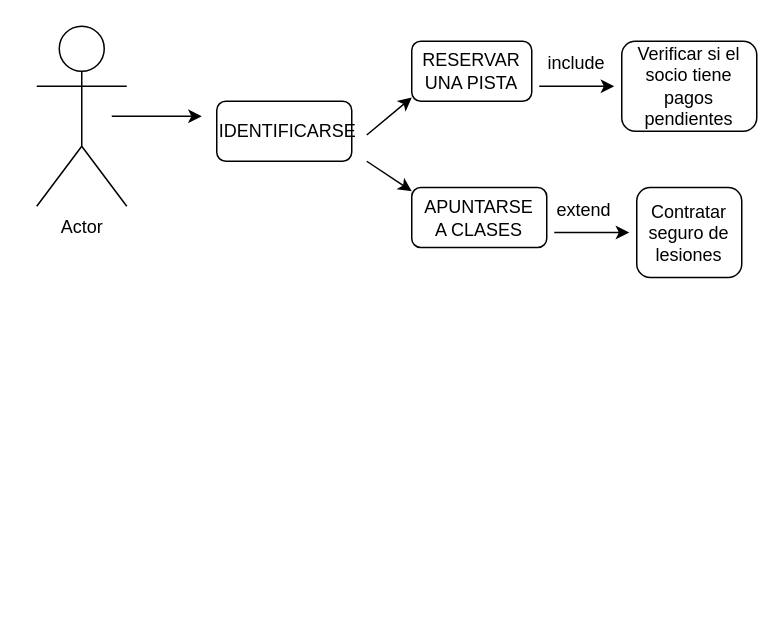
Earlier version of the draw.io diagram Actividad1/casos_uso.drawio (Rub3nOL/ED_Unidad07_ROL). Source tidied: cells renumbered, new cells numbered last; positions are measured from the earlier drawing's top-left corner, leaving out a move shared by most shapes. Both pictures are drawn from the tidied source at 150%, with x=0, y=0 at pixel (36, 26).
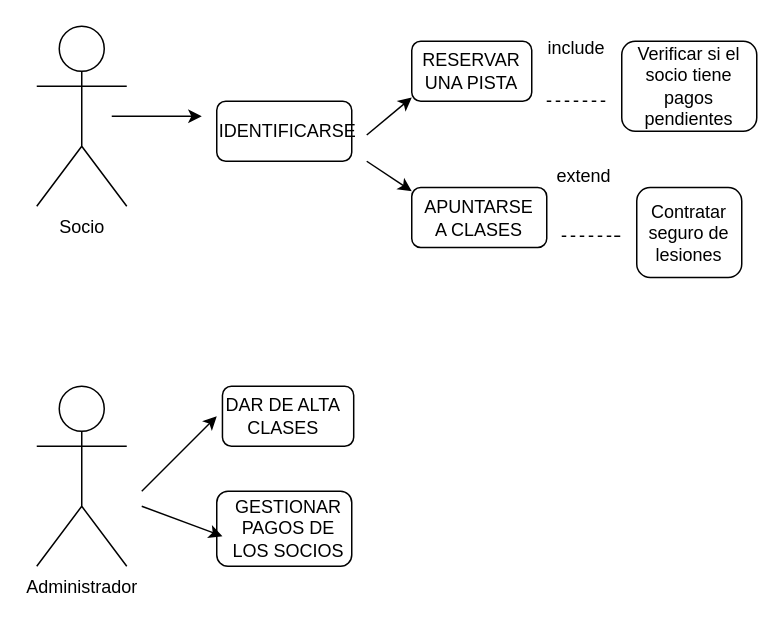
Above is the later version.

Change to the diagram source:
```diff
@@
-    <mxCell id="2" value="Actor" style="shape=umlActor;verticalLabelPosition=bottom;verticalAlign=top;html=1;" parent="1" vertex="1">
+    <mxCell id="2" value="Socio" style="shape=umlActor;verticalLabelPosition=bottom;verticalAlign=top;html=1;" parent="1" vertex="1">
       <mxGeometry width="60" height="120" as="geometry" />
     </mxCell>
@@
-    <mxCell id="13" style="endArrow=classic;html=1;rounded=0;" parent="1" edge="1">
-      <mxGeometry relative="1" as="geometry">
-        <mxPoint x="335" y="40" as="sourcePoint" />
-        <mxPoint x="385" y="40" as="targetPoint" />
-      </mxGeometry>
-    </mxCell>
     <mxCell id="14" value="include" style="text;html=1;align=center;verticalAlign=middle;whiteSpace=wrap;rounded=0;" parent="1" vertex="1">
-      <mxGeometry x="330" y="10" width="60" height="30" as="geometry" />
+      <mxGeometry x="330" width="60" height="30" as="geometry" />
     </mxCell>
@@
-    <mxCell id="16" style="endArrow=classic;html=1;rounded=0;" parent="1" edge="1">
-      <mxGeometry relative="1" as="geometry">
-        <mxPoint x="345" y="137.5" as="sourcePoint" />
-        <mxPoint x="395" y="137.5" as="targetPoint" />
-      </mxGeometry>
-    </mxCell>
     <mxCell id="17" value="extend" style="text;html=1;align=center;verticalAlign=middle;whiteSpace=wrap;rounded=0;" parent="1" vertex="1">
-      <mxGeometry x="340" y="107.5" width="50" height="30" as="geometry" />
+      <mxGeometry x="340" y="85" width="50" height="30" as="geometry" />
     </mxCell>
@@
+    <mxCell id="21" value="Administrador" style="shape=umlActor;verticalLabelPosition=bottom;verticalAlign=top;html=1;" parent="1" vertex="1">
+      <mxGeometry y="240" width="60" height="120" as="geometry" />
+    </mxCell>
+    <mxCell id="22" style="rounded=1;whiteSpace=wrap;html=1;" parent="1" vertex="1">
+      <mxGeometry x="123.8" y="240" width="87.5" height="40" as="geometry" />
+    </mxCell>
+    <mxCell id="23" value="DAR DE ALTA CLASES" style="text;html=1;align=center;verticalAlign=middle;whiteSpace=wrap;rounded=0;" parent="1" vertex="1">
+      <mxGeometry x="120" y="240" width="88.8" height="40" as="geometry" />
+    </mxCell>
+    <mxCell id="24" style="rounded=1;whiteSpace=wrap;html=1;" parent="1" vertex="1">
+      <mxGeometry x="120" y="310" width="90" height="50" as="geometry" />
+    </mxCell>
+    <mxCell id="25" value="GESTIONAR PAGOS DE LOS SOCIOS" style="text;html=1;align=center;verticalAlign=middle;whiteSpace=wrap;rounded=0;" parent="1" vertex="1">
+      <mxGeometry x="122.5" y="315" width="90" height="40" as="geometry" />
+    </mxCell>
+    <mxCell id="26" style="endArrow=none;dashed=1;html=1;rounded=0;" parent="1" edge="1">
+      <mxGeometry relative="1" as="geometry">
+        <mxPoint x="340" y="50" as="sourcePoint" />
+        <mxPoint x="380" y="50" as="targetPoint" />
+      </mxGeometry>
+    </mxCell>
+    <mxCell id="27" style="endArrow=none;dashed=1;html=1;rounded=0;" parent="1" edge="1">
+      <mxGeometry relative="1" as="geometry">
+        <mxPoint x="350" y="140" as="sourcePoint" />
+        <mxPoint x="380" y="140" as="targetPoint" />
+        <Array as="points">
+          <mxPoint x="380" y="140" />
+          <mxPoint x="390" y="140" />
+        </Array>
+      </mxGeometry>
+    </mxCell>
+    <mxCell id="28" style="endArrow=classic;html=1;rounded=0;" parent="1" edge="1">
+      <mxGeometry relative="1" as="geometry">
+        <mxPoint x="70" y="310" as="sourcePoint" />
+        <mxPoint x="120" y="260" as="targetPoint" />
+      </mxGeometry>
+    </mxCell>
+    <mxCell id="29" style="endArrow=classic;html=1;rounded=0;" parent="1" edge="1">
+      <mxGeometry relative="1" as="geometry">
+        <mxPoint x="70" y="320" as="sourcePoint" />
+        <mxPoint x="123.8" y="340" as="targetPoint" />
+      </mxGeometry>
+    </mxCell>
```
